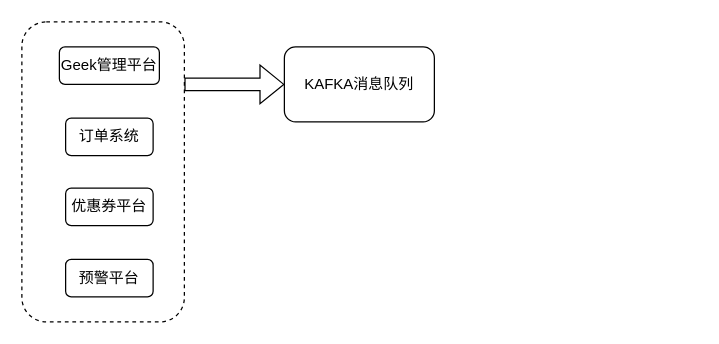
Above: message.drawio in yoooknight/Git (draw.io), before the change. Source tidied: cells renumbered, new cells numbered last; positions are measured from the earlier drawing's top-left corner, leaving out a move shared by most shapes. Both pictures are drawn from the tidied source at 125%, with x=0, y=0 at pixel (21, 21).
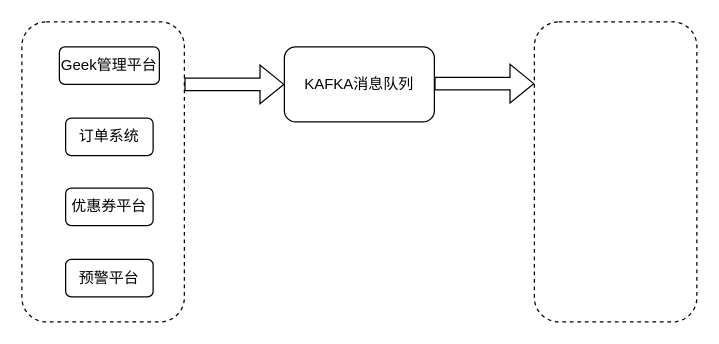
The same page after the edit.

What changed in the source:
```diff
@@
 <mxGraphModel>
   <root>
     <mxCell id="0" />
     <mxCell id="1" parent="0" />
     <mxCell id="2" style="rounded=1;whiteSpace=wrap;html=1;dashed=1;" parent="1" vertex="1">
       <mxGeometry width="130" height="240" as="geometry" />
     </mxCell>
     <mxCell id="3" value="KAFKA消息队列" style="rounded=1;whiteSpace=wrap;html=1;" parent="1" vertex="1">
       <mxGeometry x="210" y="20" width="120" height="60" as="geometry" />
     </mxCell>
     <mxCell id="4" value="订单系统" style="rounded=1;whiteSpace=wrap;html=1;" parent="1" vertex="1">
       <mxGeometry x="35" y="77" width="70" height="30" as="geometry" />
     </mxCell>
     <mxCell id="5" value="Geek管理平台" style="rounded=1;whiteSpace=wrap;html=1;" parent="1" vertex="1">
       <mxGeometry x="30" y="20" width="80" height="30" as="geometry" />
     </mxCell>
     <mxCell id="6" value="预警平台" style="rounded=1;whiteSpace=wrap;html=1;" parent="1" vertex="1">
       <mxGeometry x="35" y="190" width="70" height="30" as="geometry" />
     </mxCell>
     <mxCell id="7" value="优惠券平台" style="rounded=1;whiteSpace=wrap;html=1;" parent="1" vertex="1">
       <mxGeometry x="35" y="133" width="70" height="30" as="geometry" />
     </mxCell>
     <mxCell id="8" style="shape=flexArrow;endArrow=classic;html=1;rounded=0;entryX=0;entryY=0.5;entryDx=0;entryDy=0;" parent="1" edge="1" target="3">
       <mxGeometry relative="1" as="geometry">
         <mxPoint x="130" y="50" as="sourcePoint" />
       </mxGeometry>
     </mxCell>
+    <mxCell id="9" style="shape=flexArrow;endArrow=classic;html=1;rounded=0;entryX=0;entryY=0.5;entryDx=0;entryDy=0;" parent="1" edge="1">
+      <mxGeometry relative="1" as="geometry">
+        <mxPoint x="330" y="49.4" as="sourcePoint" />
+        <mxPoint x="410" y="49.4" as="targetPoint" />
+      </mxGeometry>
+    </mxCell>
+    <mxCell id="10" style="rounded=1;whiteSpace=wrap;html=1;dashed=1;" parent="1" vertex="1">
+      <mxGeometry x="410" width="130" height="240" as="geometry" />
+    </mxCell>
   </root>
 </mxGraphModel>
```
